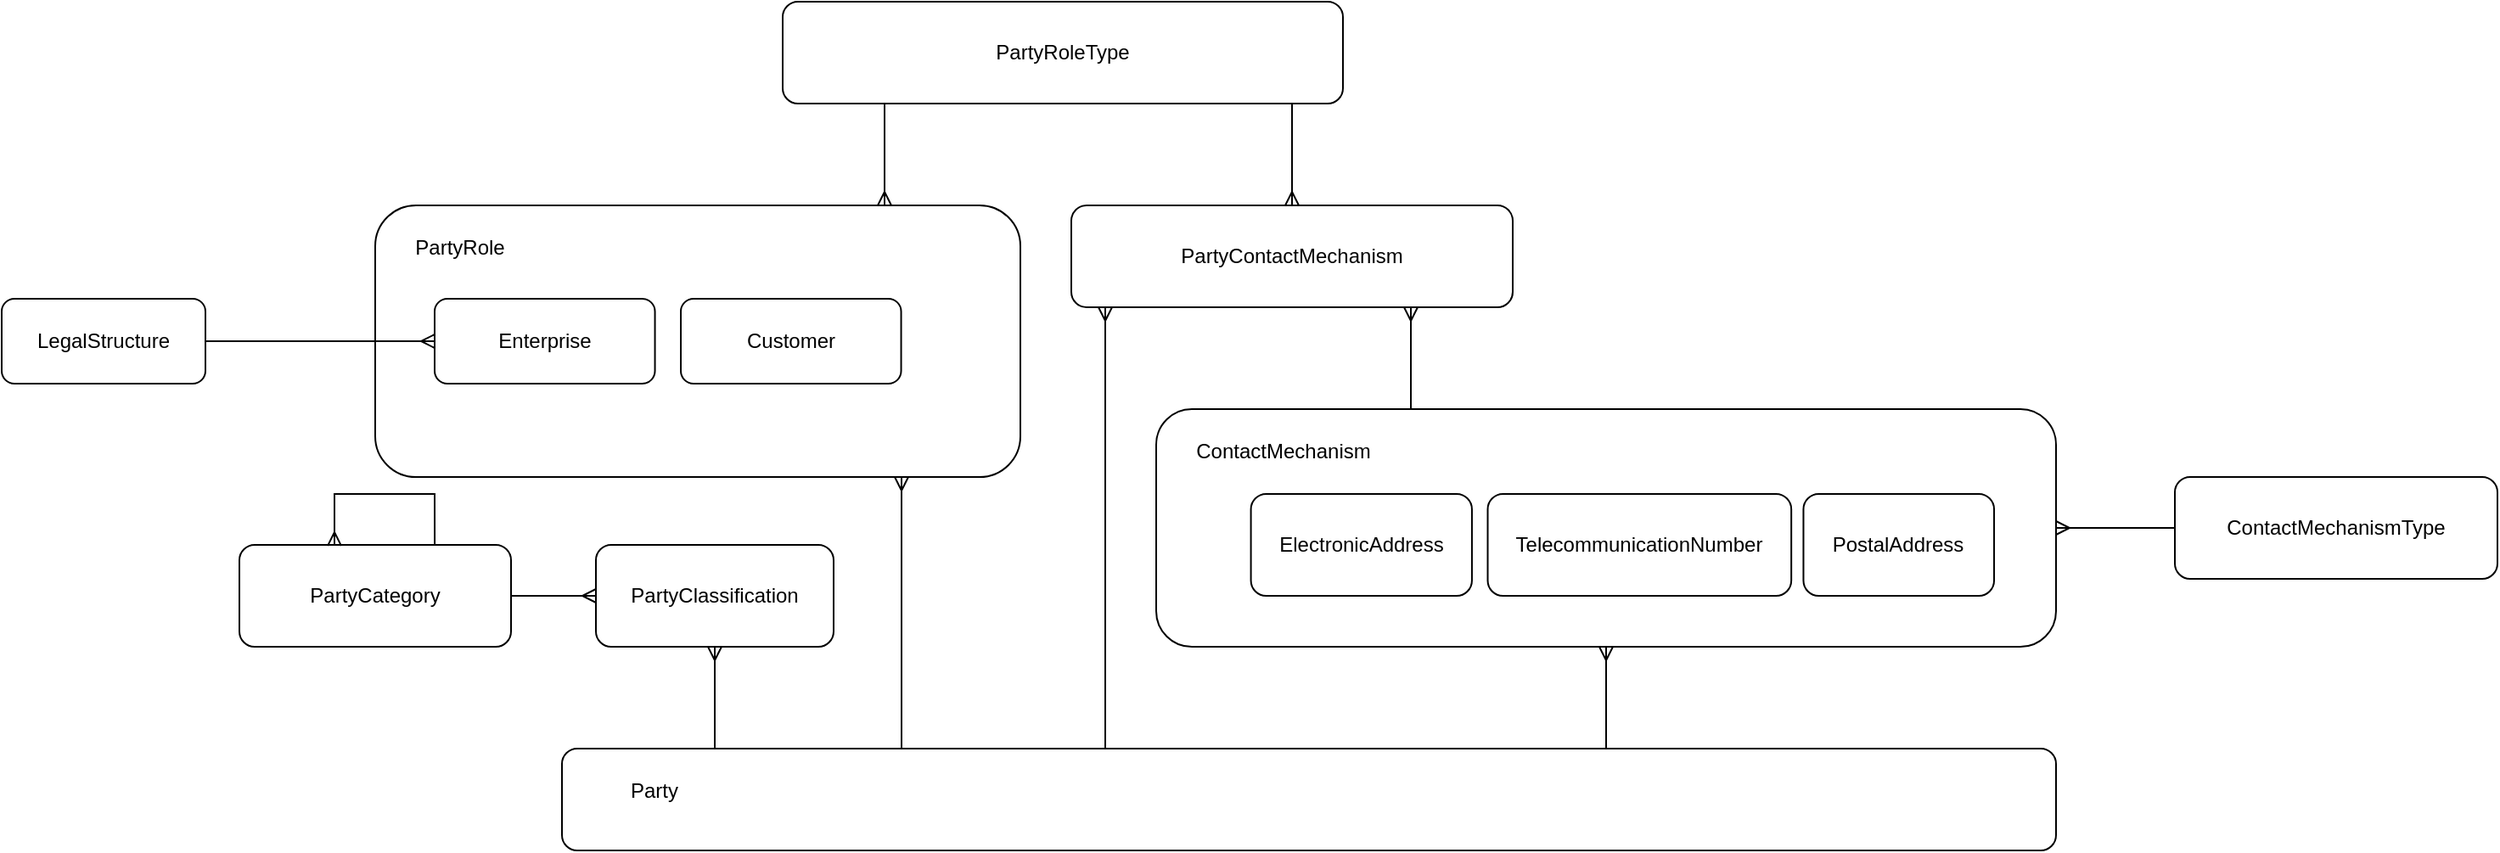
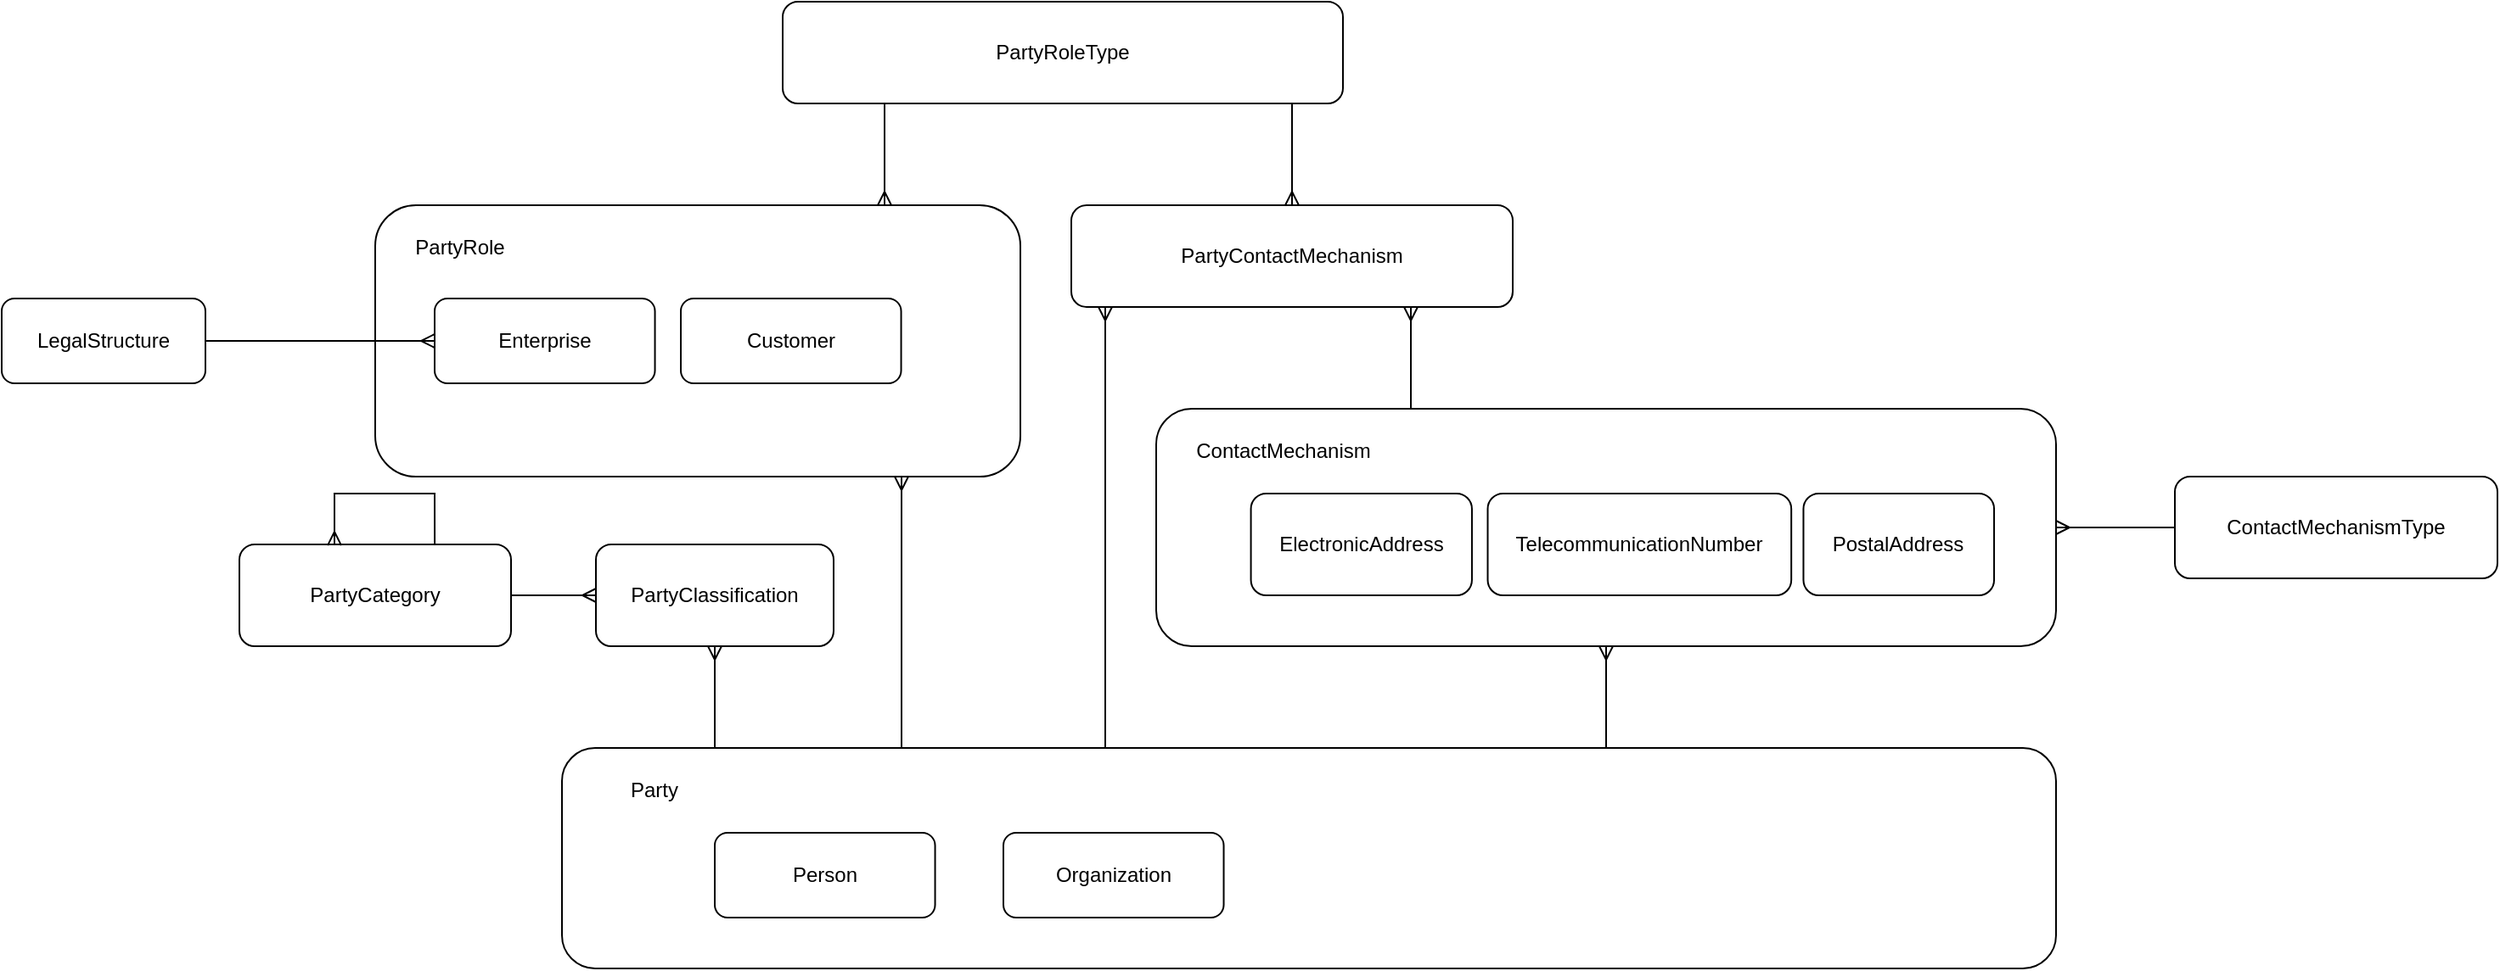
<mxfile host="app.diagrams.net" agent="Mozilla/5.0 (Windows NT 10.0; Win64; x64) AppleWebKit/537.36 (KHTML, like Gecko) Chrome/141.0.0.0 Safari/537.36" version="28.2.9">
  <diagram name="Page-1" id="d0nJ6Fx9cUZLMqGtfM0H">
    <mxGraphModel dx="2339" dy="1989" grid="1" gridSize="10" guides="1" tooltips="1" connect="1" arrows="1" fold="1" page="1" pageScale="1" pageWidth="850" pageHeight="1100" math="0" shadow="0">
      <root>
        <mxCell id="0" />
        <mxCell id="1" parent="0" />
        <mxCell id="tdPrWEJd15tEannaNgth-4" style="edgeStyle=orthogonalEdgeStyle;rounded=0;orthogonalLoop=1;jettySize=auto;html=1;startArrow=ERmany;startFill=0;endArrow=none;endFill=0;" edge="1" parent="1" source="tdPrWEJd15tEannaNgth-2" target="tdPrWEJd15tEannaNgth-3">
          <mxGeometry relative="1" as="geometry" />
        </mxCell>
        <mxCell id="tdPrWEJd15tEannaNgth-3" value="ContactMechanismType" style="rounded=1;whiteSpace=wrap;html=1;" vertex="1" parent="1">
          <mxGeometry x="600" y="250" width="190" height="60" as="geometry" />
        </mxCell>
        <mxCell id="tdPrWEJd15tEannaNgth-13" value="PartyRoleType" style="rounded=1;whiteSpace=wrap;html=1;" vertex="1" parent="1">
          <mxGeometry x="-220" y="-30" width="330" height="60" as="geometry" />
        </mxCell>
        <mxCell id="tdPrWEJd15tEannaNgth-14" style="edgeStyle=orthogonalEdgeStyle;rounded=0;orthogonalLoop=1;jettySize=auto;html=1;startArrow=ERmany;startFill=0;endArrow=none;endFill=0;" edge="1" parent="1" source="tdPrWEJd15tEannaNgth-15" target="tdPrWEJd15tEannaNgth-13">
          <mxGeometry relative="1" as="geometry">
            <mxPoint x="730" y="420" as="sourcePoint" />
            <mxPoint x="730" y="340" as="targetPoint" />
            <Array as="points">
              <mxPoint x="50" y="20" />
              <mxPoint x="50" y="20" />
            </Array>
          </mxGeometry>
        </mxCell>
        <mxCell id="tdPrWEJd15tEannaNgth-15" value="PartyContactMechanism" style="rounded=1;whiteSpace=wrap;html=1;" vertex="1" parent="1">
          <mxGeometry x="-50" y="90" width="260" height="60" as="geometry" />
        </mxCell>
        <mxCell id="tdPrWEJd15tEannaNgth-18" style="edgeStyle=orthogonalEdgeStyle;rounded=0;orthogonalLoop=1;jettySize=auto;html=1;startArrow=ERmany;startFill=0;endArrow=none;endFill=0;" edge="1" parent="1" source="tdPrWEJd15tEannaNgth-15">
          <mxGeometry relative="1" as="geometry">
            <mxPoint x="-30.00117647058829" y="130" as="sourcePoint" />
            <mxPoint x="-30.00117647058829" y="410" as="targetPoint" />
            <Array as="points">
              <mxPoint x="-30" y="210" />
              <mxPoint x="-30" y="210" />
            </Array>
          </mxGeometry>
        </mxCell>
        <mxCell id="tdPrWEJd15tEannaNgth-19" value="" style="group" vertex="1" connectable="0" parent="1">
          <mxGeometry y="210" width="530" height="140" as="geometry" />
        </mxCell>
        <mxCell id="tdPrWEJd15tEannaNgth-2" value="" style="rounded=1;whiteSpace=wrap;html=1;" vertex="1" parent="tdPrWEJd15tEannaNgth-19">
          <mxGeometry width="530" height="140" as="geometry" />
        </mxCell>
        <mxCell id="tdPrWEJd15tEannaNgth-5" value="ElectronicAddress" style="rounded=1;whiteSpace=wrap;html=1;" vertex="1" parent="tdPrWEJd15tEannaNgth-19">
          <mxGeometry x="55.78947368421052" y="50" width="130.17543859649123" height="60" as="geometry" />
        </mxCell>
        <mxCell id="tdPrWEJd15tEannaNgth-6" value="TelecommunicationNumber" style="rounded=1;whiteSpace=wrap;html=1;" vertex="1" parent="tdPrWEJd15tEannaNgth-19">
          <mxGeometry x="195.26315789473682" y="50" width="178.81456140350878" height="60" as="geometry" />
        </mxCell>
        <mxCell id="tdPrWEJd15tEannaNgth-7" value="ContactMechanism" style="text;html=1;whiteSpace=wrap;strokeColor=none;fillColor=none;align=center;verticalAlign=middle;rounded=0;" vertex="1" parent="tdPrWEJd15tEannaNgth-19">
          <mxGeometry x="27.896882591093107" y="10" width="94.41295546558705" height="30" as="geometry" />
        </mxCell>
        <mxCell id="tdPrWEJd15tEannaNgth-8" value="PostalAddress" style="rounded=1;whiteSpace=wrap;html=1;" vertex="1" parent="tdPrWEJd15tEannaNgth-19">
          <mxGeometry x="381.2280701754386" y="50" width="112.29491228070175" height="60" as="geometry" />
        </mxCell>
        <mxCell id="tdPrWEJd15tEannaNgth-20" style="edgeStyle=orthogonalEdgeStyle;rounded=0;orthogonalLoop=1;jettySize=auto;html=1;startArrow=ERmany;startFill=0;endArrow=none;endFill=0;" edge="1" parent="1" source="tdPrWEJd15tEannaNgth-15" target="tdPrWEJd15tEannaNgth-2">
          <mxGeometry relative="1" as="geometry">
            <mxPoint x="370" y="120" as="sourcePoint" />
            <mxPoint x="370" y="430" as="targetPoint" />
            <Array as="points">
              <mxPoint x="150" y="160" />
              <mxPoint x="150" y="160" />
            </Array>
          </mxGeometry>
        </mxCell>
        <mxCell id="tdPrWEJd15tEannaNgth-21" style="edgeStyle=orthogonalEdgeStyle;rounded=0;orthogonalLoop=1;jettySize=auto;html=1;startArrow=ERmany;startFill=0;endArrow=none;endFill=0;" edge="1" parent="1" source="tdPrWEJd15tEannaNgth-2" target="tdPrWEJd15tEannaNgth-1">
          <mxGeometry relative="1" as="geometry">
            <mxPoint x="240" y="400" as="sourcePoint" />
            <mxPoint x="240" y="470" as="targetPoint" />
            <Array as="points">
              <mxPoint x="305" y="420" />
              <mxPoint x="305" y="420" />
            </Array>
          </mxGeometry>
        </mxCell>
        <mxCell id="tdPrWEJd15tEannaNgth-22" value="LegalStructure" style="rounded=1;whiteSpace=wrap;html=1;" vertex="1" parent="1">
          <mxGeometry x="-680" y="145" width="120" height="50" as="geometry" />
        </mxCell>
        <mxCell id="tdPrWEJd15tEannaNgth-27" value="PartyClassification" style="rounded=1;whiteSpace=wrap;html=1;" vertex="1" parent="1">
          <mxGeometry x="-330" y="290" width="140" height="60" as="geometry" />
        </mxCell>
        <mxCell id="tdPrWEJd15tEannaNgth-28" value="PartyCategory" style="rounded=1;whiteSpace=wrap;html=1;" vertex="1" parent="1">
          <mxGeometry x="-540" y="290" width="160" height="60" as="geometry" />
        </mxCell>
        <mxCell id="tdPrWEJd15tEannaNgth-31" style="edgeStyle=orthogonalEdgeStyle;rounded=0;orthogonalLoop=1;jettySize=auto;html=1;startArrow=ERmany;startFill=0;endArrow=none;endFill=0;" edge="1" parent="1" source="tdPrWEJd15tEannaNgth-27" target="tdPrWEJd15tEannaNgth-1">
          <mxGeometry relative="1" as="geometry">
            <mxPoint x="-260" y="180" as="sourcePoint" />
            <mxPoint x="-260" y="250" as="targetPoint" />
            <Array as="points">
              <mxPoint x="-260" y="370" />
              <mxPoint x="-260" y="370" />
            </Array>
          </mxGeometry>
        </mxCell>
        <mxCell id="tdPrWEJd15tEannaNgth-32" style="edgeStyle=orthogonalEdgeStyle;rounded=0;orthogonalLoop=1;jettySize=auto;html=1;startArrow=ERmany;startFill=0;endArrow=none;endFill=0;" edge="1" parent="1" source="tdPrWEJd15tEannaNgth-27" target="tdPrWEJd15tEannaNgth-28">
          <mxGeometry relative="1" as="geometry">
            <mxPoint x="-230" y="200" as="sourcePoint" />
            <mxPoint x="-230" y="270" as="targetPoint" />
            <Array as="points" />
          </mxGeometry>
        </mxCell>
        <mxCell id="tdPrWEJd15tEannaNgth-33" style="edgeStyle=orthogonalEdgeStyle;rounded=0;orthogonalLoop=1;jettySize=auto;html=1;startArrow=ERmany;startFill=0;endArrow=none;endFill=0;exitX=0.35;exitY=0.009;exitDx=0;exitDy=0;exitPerimeter=0;entryX=0.719;entryY=0;entryDx=0;entryDy=0;entryPerimeter=0;" edge="1" parent="1" source="tdPrWEJd15tEannaNgth-28" target="tdPrWEJd15tEannaNgth-28">
          <mxGeometry relative="1" as="geometry">
            <mxPoint x="-485" y="280" as="sourcePoint" />
            <mxPoint x="-425" y="280" as="targetPoint" />
            <Array as="points">
              <mxPoint x="-484" y="260" />
              <mxPoint x="-425" y="260" />
            </Array>
          </mxGeometry>
        </mxCell>
        <mxCell id="tdPrWEJd15tEannaNgth-35" value="" style="rounded=1;whiteSpace=wrap;html=1;" vertex="1" parent="1">
          <mxGeometry x="-460" y="90" width="380" height="160" as="geometry" />
        </mxCell>
        <mxCell id="tdPrWEJd15tEannaNgth-37" style="edgeStyle=orthogonalEdgeStyle;rounded=0;orthogonalLoop=1;jettySize=auto;html=1;startArrow=ERmany;startFill=0;endArrow=none;endFill=0;" edge="1" parent="1" source="tdPrWEJd15tEannaNgth-35" target="tdPrWEJd15tEannaNgth-1">
          <mxGeometry relative="1" as="geometry">
            <mxPoint x="-130" y="350" as="sourcePoint" />
            <mxPoint x="-130" y="420" as="targetPoint" />
            <Array as="points">
              <mxPoint x="-150" y="260" />
              <mxPoint x="-150" y="260" />
            </Array>
          </mxGeometry>
        </mxCell>
        <mxCell id="tdPrWEJd15tEannaNgth-38" style="edgeStyle=orthogonalEdgeStyle;rounded=0;orthogonalLoop=1;jettySize=auto;html=1;startArrow=ERmany;startFill=0;endArrow=none;endFill=0;" edge="1" parent="1" source="tdPrWEJd15tEannaNgth-35" target="tdPrWEJd15tEannaNgth-13">
          <mxGeometry relative="1" as="geometry">
            <mxPoint x="-150" y="160" as="sourcePoint" />
            <mxPoint x="-150" y="10" as="targetPoint" />
            <Array as="points">
              <mxPoint x="-160" y="50" />
              <mxPoint x="-160" y="50" />
            </Array>
          </mxGeometry>
        </mxCell>
        <mxCell id="tdPrWEJd15tEannaNgth-1" value="" style="rounded=1;whiteSpace=wrap;html=1;" vertex="1" parent="1">
-           <mxGeometry x="-350" y="410" width="880" height="60" as="geometry" />
+           <mxGeometry x="-350" y="410" width="880" height="130" as="geometry" />
        </mxCell>
        <mxCell id="tdPrWEJd15tEannaNgth-9" value="Party" style="text;html=1;whiteSpace=wrap;strokeColor=none;fillColor=none;align=center;verticalAlign=middle;rounded=0;" vertex="1" parent="1">
          <mxGeometry x="-336.46153846153845" y="420" width="81.23076923076923" height="30" as="geometry" />
        </mxCell>
        <mxCell id="tdPrWEJd15tEannaNgth-17" value="Enterprise" style="rounded=1;whiteSpace=wrap;html=1;" vertex="1" parent="1">
          <mxGeometry x="-424.99999999999994" y="145" width="129.77" height="50" as="geometry" />
        </mxCell>
        <mxCell id="tdPrWEJd15tEannaNgth-40" value="PartyRole" style="text;html=1;whiteSpace=wrap;strokeColor=none;fillColor=none;align=center;verticalAlign=middle;rounded=0;" vertex="1" parent="1">
          <mxGeometry x="-440" y="100" width="60" height="30" as="geometry" />
        </mxCell>
        <mxCell id="tdPrWEJd15tEannaNgth-42" style="edgeStyle=orthogonalEdgeStyle;rounded=0;orthogonalLoop=1;jettySize=auto;html=1;startArrow=ERmany;startFill=0;endArrow=none;endFill=0;" edge="1" parent="1" source="tdPrWEJd15tEannaNgth-17" target="tdPrWEJd15tEannaNgth-22">
          <mxGeometry relative="1" as="geometry">
            <mxPoint x="-90" y="310" as="sourcePoint" />
            <mxPoint x="-90" y="470" as="targetPoint" />
            <Array as="points" />
          </mxGeometry>
        </mxCell>
        <mxCell id="tdPrWEJd15tEannaNgth-43" value="Customer" style="rounded=1;whiteSpace=wrap;html=1;" vertex="1" parent="1">
          <mxGeometry x="-280" y="145" width="129.77" height="50" as="geometry" />
        </mxCell>
+         <mxCell id="tdPrWEJd15tEannaNgth-44" value="Person" style="rounded=1;whiteSpace=wrap;html=1;" vertex="1" parent="1">
+           <mxGeometry x="-260" y="460" width="129.77" height="50" as="geometry" />
+         </mxCell>
+         <mxCell id="tdPrWEJd15tEannaNgth-45" value="Organization" style="rounded=1;whiteSpace=wrap;html=1;" vertex="1" parent="1">
+           <mxGeometry x="-90" y="460" width="129.77" height="50" as="geometry" />
+         </mxCell>
      </root>
    </mxGraphModel>
  </diagram>
</mxfile>
